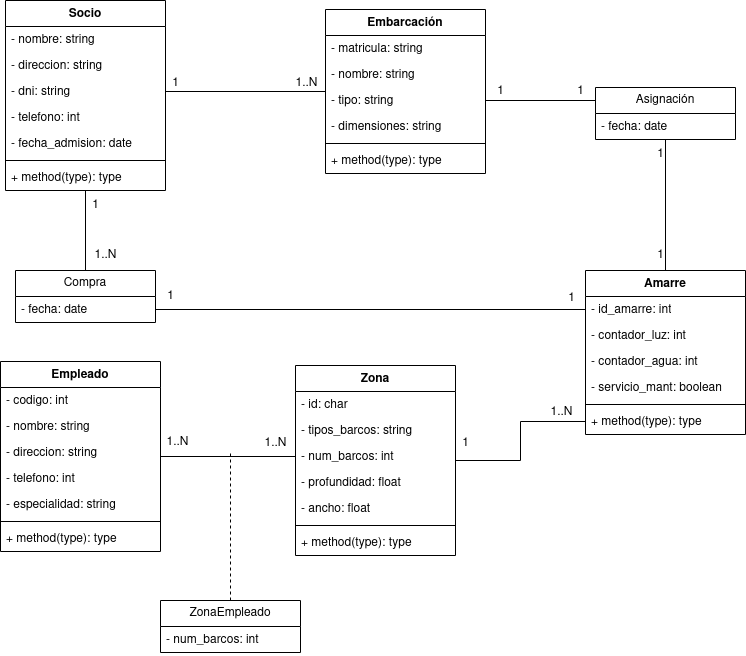
This is diagramas_clase/club-nautico/diagrama-clase-club-nautico.drawio.png from JesusLugo2002/ETS, a draw.io export, as it was before one commit. Source tidied: cells renumbered, new cells last; positions are measured from the earlier drawing's top-left corner, leaving out a move shared by most shapes.
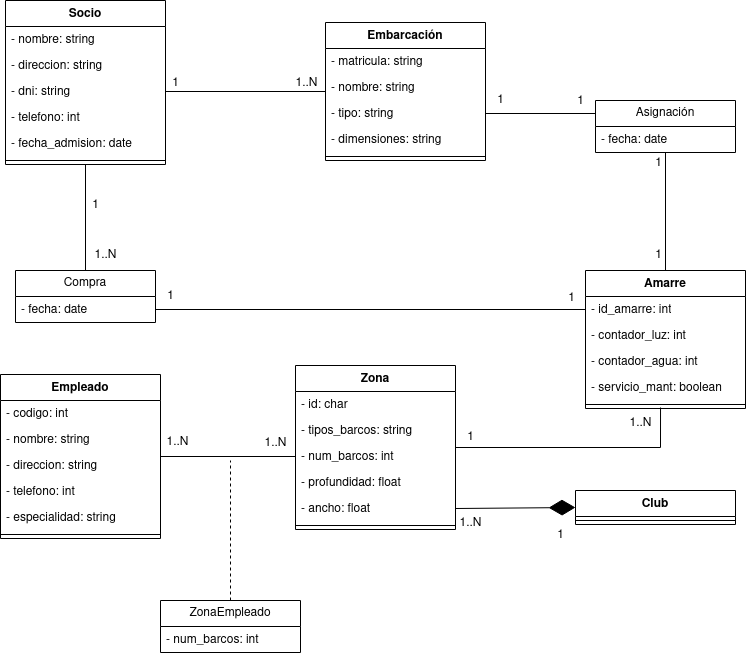
The same diagram one commit later.

Diff of the diagram source:
```diff
@@ -6,7 +6,7 @@
       <mxGeometry relative="1" as="geometry" />
     </mxCell>
     <mxCell id="3" value="Socio" style="swimlane;fontStyle=1;align=center;verticalAlign=top;horizontal=1;startSize=26;whiteSpace=wrap;html=1;" parent="1" vertex="1">
-      <mxGeometry x="5" width="160" height="190" as="geometry" />
+      <mxGeometry x="5" width="160" height="164" as="geometry" />
     </mxCell>
     <mxCell id="4" value="- nombre: string" style="text;strokeColor=none;fillColor=none;align=left;verticalAlign=top;spacingLeft=4;spacingRight=4;overflow=hidden;whiteSpace=wrap;html=1;" parent="3" vertex="1">
       <mxGeometry y="26" width="160" height="26" as="geometry" />
@@ -26,14 +26,11 @@
     <mxCell id="9" style="line;strokeWidth=1;fillColor=none;align=left;verticalAlign=middle;spacingTop=-1;spacingLeft=3;spacingRight=3;labelPosition=right;strokeColor=inherit;" parent="3" vertex="1">
       <mxGeometry y="156" width="160" height="8" as="geometry" />
     </mxCell>
-    <mxCell id="10" value="+ method(type): type" style="text;strokeColor=none;fillColor=none;align=left;verticalAlign=top;spacingLeft=4;spacingRight=4;overflow=hidden;whiteSpace=wrap;html=1;" parent="3" vertex="1">
-      <mxGeometry y="164" width="160" height="26" as="geometry" />
-    </mxCell>
     <mxCell id="11" style="edgeStyle=orthogonalEdgeStyle;rounded=0;jettySize=auto;html=1;entryX=1;entryY=0.5;entryDx=0;entryDy=0;endArrow=none;endFill=0;" parent="1" edge="1" source="12" target="6">
       <mxGeometry relative="1" as="geometry" />
     </mxCell>
     <mxCell id="12" value="Embarcación" style="swimlane;fontStyle=1;align=center;verticalAlign=top;horizontal=1;startSize=26;whiteSpace=wrap;html=1;" parent="1" vertex="1">
-      <mxGeometry x="325" y="9" width="160" height="164" as="geometry" />
+      <mxGeometry x="325" y="22" width="160" height="138" as="geometry" />
     </mxCell>
     <mxCell id="13" value="- matricula: string" style="text;strokeColor=none;fillColor=none;align=left;verticalAlign=top;spacingLeft=4;spacingRight=4;overflow=hidden;whiteSpace=wrap;html=1;" parent="12" vertex="1">
       <mxGeometry y="26" width="160" height="26" as="geometry" />
@@ -50,11 +47,8 @@
     <mxCell id="17" style="line;strokeWidth=1;fillColor=none;align=left;verticalAlign=middle;spacingTop=-1;spacingLeft=3;spacingRight=3;labelPosition=right;strokeColor=inherit;" parent="12" vertex="1">
       <mxGeometry y="130" width="160" height="8" as="geometry" />
     </mxCell>
-    <mxCell id="18" value="+ method(type): type" style="text;strokeColor=none;fillColor=none;align=left;verticalAlign=top;spacingLeft=4;spacingRight=4;overflow=hidden;whiteSpace=wrap;html=1;" parent="12" vertex="1">
-      <mxGeometry y="138" width="160" height="26" as="geometry" />
-    </mxCell>
     <mxCell id="19" value="Amarre" style="swimlane;fontStyle=1;align=center;verticalAlign=top;horizontal=1;startSize=26;whiteSpace=wrap;html=1;" parent="1" vertex="1">
-      <mxGeometry x="585" y="270" width="160" height="164" as="geometry" />
+      <mxGeometry x="585" y="270" width="160" height="138" as="geometry" />
     </mxCell>
     <mxCell id="20" value="- id_amarre: int" style="text;strokeColor=none;fillColor=none;align=left;verticalAlign=top;spacingLeft=4;spacingRight=4;overflow=hidden;points=[[0,0.5],[1,0.5]];portConstraint=eastwest;whiteSpace=wrap;html=1;" parent="19" vertex="1">
       <mxGeometry y="26" width="160" height="26" as="geometry" />
@@ -71,9 +65,6 @@
     <mxCell id="24" style="line;strokeWidth=1;fillColor=none;align=left;verticalAlign=middle;spacingTop=-1;spacingLeft=3;spacingRight=3;labelPosition=right;points=[];portConstraint=eastwest;strokeColor=inherit;" parent="19" vertex="1">
       <mxGeometry y="130" width="160" height="8" as="geometry" />
     </mxCell>
-    <mxCell id="25" value="+ method(type): type" style="text;strokeColor=none;fillColor=none;align=left;verticalAlign=top;spacingLeft=4;spacingRight=4;overflow=hidden;points=[[0,0.5],[1,0.5]];portConstraint=eastwest;whiteSpace=wrap;html=1;" parent="19" vertex="1">
-      <mxGeometry y="138" width="160" height="26" as="geometry" />
-    </mxCell>
     <mxCell id="26" value="1" style="text;html=1;align=center;verticalAlign=middle;strokeColor=none;fillColor=none;" parent="1" vertex="1">
       <mxGeometry x="160" y="68" width="30" height="30" as="geometry" />
     </mxCell>
@@ -84,7 +75,7 @@
       <mxGeometry relative="1" as="geometry" />
     </mxCell>
     <mxCell id="29" value="Asignación" style="swimlane;fontStyle=0;horizontal=1;startSize=26;fillColor=none;whiteSpace=wrap;html=1;" parent="1" vertex="1">
-      <mxGeometry x="595" y="87" width="140" height="52" as="geometry" />
+      <mxGeometry x="595" y="100" width="140" height="52" as="geometry" />
     </mxCell>
     <mxCell id="30" value="- fecha: date" style="text;strokeColor=none;fillColor=none;align=left;verticalAlign=top;spacingLeft=4;spacingRight=4;overflow=hidden;whiteSpace=wrap;html=1;" parent="29" vertex="1">
       <mxGeometry y="26" width="140" height="26" as="geometry" />
@@ -93,16 +84,16 @@
       <mxGeometry relative="1" as="geometry" />
     </mxCell>
     <mxCell id="32" value="1" style="text;html=1;align=center;verticalAlign=middle;strokeColor=none;fillColor=none;" parent="1" vertex="1">
-      <mxGeometry x="485" y="76" width="30" height="30" as="geometry" />
+      <mxGeometry x="485" y="85" width="30" height="30" as="geometry" />
     </mxCell>
     <mxCell id="33" value="1" style="text;html=1;align=center;verticalAlign=middle;strokeColor=none;fillColor=none;" parent="1" vertex="1">
-      <mxGeometry x="565" y="76" width="30" height="30" as="geometry" />
+      <mxGeometry x="565" y="86" width="30" height="30" as="geometry" />
     </mxCell>
     <mxCell id="34" value="1" style="text;html=1;align=center;verticalAlign=middle;strokeColor=none;fillColor=none;" parent="1" vertex="1">
-      <mxGeometry x="645" y="139" width="30" height="30" as="geometry" />
+      <mxGeometry x="643" y="148" width="30" height="30" as="geometry" />
     </mxCell>
     <mxCell id="35" value="1" style="text;html=1;align=center;verticalAlign=middle;strokeColor=none;fillColor=none;" parent="1" vertex="1">
-      <mxGeometry x="645" y="240" width="30" height="30" as="geometry" />
+      <mxGeometry x="643" y="240" width="30" height="30" as="geometry" />
     </mxCell>
     <mxCell id="36" value="Compra" style="swimlane;fontStyle=0;horizontal=1;startSize=26;fillColor=none;whiteSpace=wrap;html=1;" parent="1" vertex="1">
       <mxGeometry x="15" y="270" width="140" height="52" as="geometry" />
@@ -125,11 +116,11 @@
     <mxCell id="42" value="1" style="text;html=1;align=center;verticalAlign=middle;strokeColor=none;fillColor=none;" parent="1" vertex="1">
       <mxGeometry x="556" y="283" width="30" height="30" as="geometry" />
     </mxCell>
-    <mxCell id="43" style="edgeStyle=orthogonalEdgeStyle;rounded=0;jettySize=auto;html=1;entryX=0;entryY=0.5;entryDx=0;entryDy=0;endArrow=none;endFill=0;" parent="1" edge="1" source="44" target="25">
+    <mxCell id="43" style="edgeStyle=orthogonalEdgeStyle;rounded=0;jettySize=auto;html=1;entryX=0.469;entryY=0.875;entryDx=0;entryDy=0;endArrow=none;endFill=0;entryPerimeter=0;" parent="1" edge="1" source="44" target="24">
       <mxGeometry relative="1" as="geometry" />
     </mxCell>
     <mxCell id="44" value="Zona" style="swimlane;fontStyle=1;align=center;verticalAlign=top;horizontal=1;startSize=26;whiteSpace=wrap;html=1;" parent="1" vertex="1">
-      <mxGeometry x="295" y="365" width="160" height="190" as="geometry" />
+      <mxGeometry x="295" y="365" width="160" height="164" as="geometry" />
     </mxCell>
     <mxCell id="45" value="- id: char" style="text;strokeColor=none;fillColor=none;align=left;verticalAlign=top;spacingLeft=4;spacingRight=4;overflow=hidden;whiteSpace=wrap;html=1;" parent="44" vertex="1">
       <mxGeometry y="26" width="160" height="26" as="geometry" />
@@ -149,20 +140,17 @@
     <mxCell id="50" style="line;strokeWidth=1;fillColor=none;align=left;verticalAlign=middle;spacingTop=-1;spacingLeft=3;spacingRight=3;labelPosition=right;strokeColor=inherit;" parent="44" vertex="1">
       <mxGeometry y="156" width="160" height="8" as="geometry" />
     </mxCell>
-    <mxCell id="51" value="+ method(type): type" style="text;strokeColor=none;fillColor=none;align=left;verticalAlign=top;spacingLeft=4;spacingRight=4;overflow=hidden;whiteSpace=wrap;html=1;" parent="44" vertex="1">
-      <mxGeometry y="164" width="160" height="26" as="geometry" />
-    </mxCell>
     <mxCell id="52" value="1..N" style="text;html=1;align=center;verticalAlign=middle;strokeColor=none;fillColor=none;" parent="1" vertex="1">
-      <mxGeometry x="536" y="397" width="50" height="30" as="geometry" />
+      <mxGeometry x="615" y="408" width="50" height="30" as="geometry" />
     </mxCell>
     <mxCell id="53" value="1" style="text;html=1;align=center;verticalAlign=middle;strokeColor=none;fillColor=none;" parent="1" vertex="1">
-      <mxGeometry x="450" y="428" width="30" height="30" as="geometry" />
+      <mxGeometry x="455" y="422" width="30" height="30" as="geometry" />
     </mxCell>
     <mxCell id="54" style="edgeStyle=orthogonalEdgeStyle;rounded=0;jettySize=auto;html=1;entryX=0;entryY=0.5;entryDx=0;entryDy=0;endArrow=none;endFill=0;" parent="1" edge="1" source="55" target="47">
       <mxGeometry relative="1" as="geometry" />
     </mxCell>
     <mxCell id="55" value="Empleado" style="swimlane;fontStyle=1;align=center;verticalAlign=top;horizontal=1;startSize=26;whiteSpace=wrap;html=1;" parent="1" vertex="1">
-      <mxGeometry y="361" width="160" height="190" as="geometry" />
+      <mxGeometry y="374" width="160" height="164" as="geometry" />
     </mxCell>
     <mxCell id="56" value="- codigo: int" style="text;strokeColor=none;fillColor=none;align=left;verticalAlign=top;spacingLeft=4;spacingRight=4;overflow=hidden;whiteSpace=wrap;html=1;" parent="55" vertex="1">
       <mxGeometry y="26" width="160" height="26" as="geometry" />
@@ -182,9 +170,6 @@
     <mxCell id="61" style="line;strokeWidth=1;fillColor=none;align=left;verticalAlign=middle;spacingTop=-1;spacingLeft=3;spacingRight=3;labelPosition=right;strokeColor=inherit;" parent="55" vertex="1">
       <mxGeometry y="156" width="160" height="8" as="geometry" />
     </mxCell>
-    <mxCell id="62" value="+ method(type): type" style="text;strokeColor=none;fillColor=none;align=left;verticalAlign=top;spacingLeft=4;spacingRight=4;overflow=hidden;whiteSpace=wrap;html=1;" parent="55" vertex="1">
-      <mxGeometry y="164" width="160" height="26" as="geometry" />
-    </mxCell>
     <mxCell id="63" value="1..N" style="text;html=1;align=center;verticalAlign=middle;strokeColor=none;fillColor=none;" parent="1" vertex="1">
       <mxGeometry x="250" y="428" width="50" height="30" as="geometry" />
     </mxCell>
@@ -193,7 +178,7 @@
     </mxCell>
     <mxCell id="65" style="edgeStyle=orthogonalEdgeStyle;rounded=0;jettySize=auto;html=1;endArrow=none;endFill=0;strokeColor=default;dashed=1;" parent="1" edge="1" source="66">
       <mxGeometry relative="1" as="geometry">
-        <mxPoint x="230" y="450" as="targetPoint" />
+        <mxPoint x="230" y="460" as="targetPoint" />
       </mxGeometry>
     </mxCell>
     <mxCell id="66" value="ZonaEmpleado" style="swimlane;fontStyle=0;horizontal=1;startSize=26;fillColor=none;whiteSpace=wrap;html=1;" parent="1" vertex="1">
@@ -202,5 +187,20 @@
     <mxCell id="67" value="- num_barcos: int" style="text;strokeColor=none;fillColor=none;align=left;verticalAlign=top;spacingLeft=4;spacingRight=4;overflow=hidden;whiteSpace=wrap;html=1;" parent="66" vertex="1">
       <mxGeometry y="26" width="140" height="26" as="geometry" />
     </mxCell>
+    <mxCell id="68" value="Club" style="swimlane;fontStyle=1;align=center;verticalAlign=top;horizontal=1;startSize=26;whiteSpace=wrap;html=1;" parent="1" vertex="1">
+      <mxGeometry x="575" y="490" width="160" height="34" as="geometry" />
+    </mxCell>
+    <mxCell id="69" style="line;strokeWidth=1;fillColor=none;align=left;verticalAlign=middle;spacingTop=-1;spacingLeft=3;spacingRight=3;labelPosition=right;strokeColor=inherit;" parent="68" vertex="1">
+      <mxGeometry y="26" width="160" height="8" as="geometry" />
+    </mxCell>
+    <mxCell id="70" style="endArrow=diamondThin;endFill=1;endSize=24;html=1;rounded=0;entryX=0;entryY=0.5;entryDx=0;entryDy=0;exitX=1;exitY=0.5;exitDx=0;exitDy=0;" parent="1" edge="1" source="49" target="68">
+      <mxGeometry relative="1" as="geometry" />
+    </mxCell>
+    <mxCell id="71" value="1" style="text;html=1;align=center;verticalAlign=middle;strokeColor=none;fillColor=none;" parent="1" vertex="1">
+      <mxGeometry x="545" y="520" width="30" height="30" as="geometry" />
+    </mxCell>
+    <mxCell id="72" value="1..N" style="text;html=1;align=center;verticalAlign=middle;strokeColor=none;fillColor=none;" parent="1" vertex="1">
+      <mxGeometry x="445" y="508" width="50" height="30" as="geometry" />
+    </mxCell>
   </root>
 </mxGraphModel>
```
